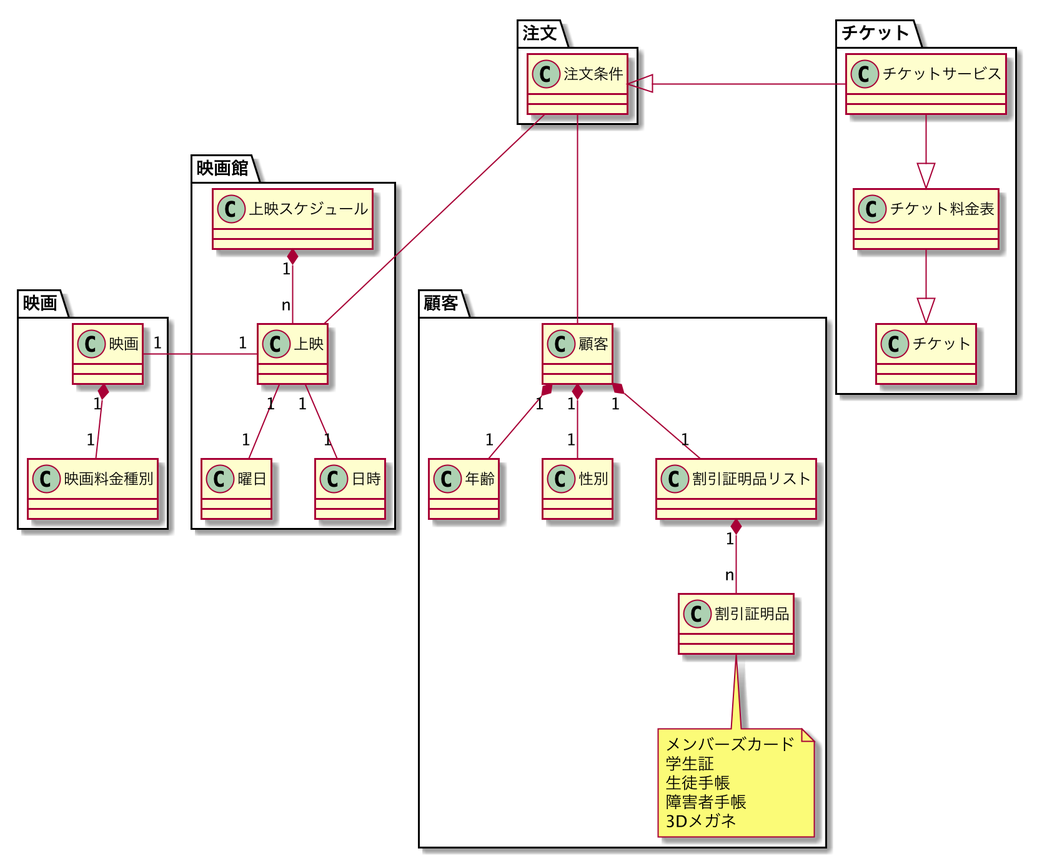
hiroaki-suzuki/ticket-price-modeling-challenge keeps this PlantUML diagram as doc/models.png. Above is the earlier version. The source it was exported from:
```plantuml
@startuml

package 顧客 {

    class 顧客

    class 年齢

    class 性別

    class 割引証明品リスト

    class 割引証明品

    顧客 "1" *-- "1" 年齢
    顧客 "1" *-- "1" 性別
    顧客 "1" *-- "1" 割引証明品リスト
    割引証明品リスト "1" *-- "n" 割引証明品

    note bottom of 割引証明品
        メンバーズカード
        学生証
        生徒手帳
        障害者手帳
        3Dメガネ
    end note
}

package 映画 {

    class 映画

    class 映画料金種別

    映画 "1" *-- "1" 映画料金種別
}

package 映画館 {

    class 上映スケジュール

    class 上映

    class 曜日

    class 日時

    上映スケジュール "1" *-- "n" 上映
    上映 "1" -- "1" "曜日"
    上映 "1" -- "1" "日時"
    上映 "1" -left- "1" "映画"
}

package 注文 {

    class 注文条件

    注文条件 --- 顧客
    注文条件 --- 上映
}

package チケット {
    class チケットサービス

    class チケット料金表

    class チケット

    チケットサービス -right-|> 注文条件
    チケットサービス --|> チケット料金表
    チケット料金表 --|> チケット
}

@enduml
```
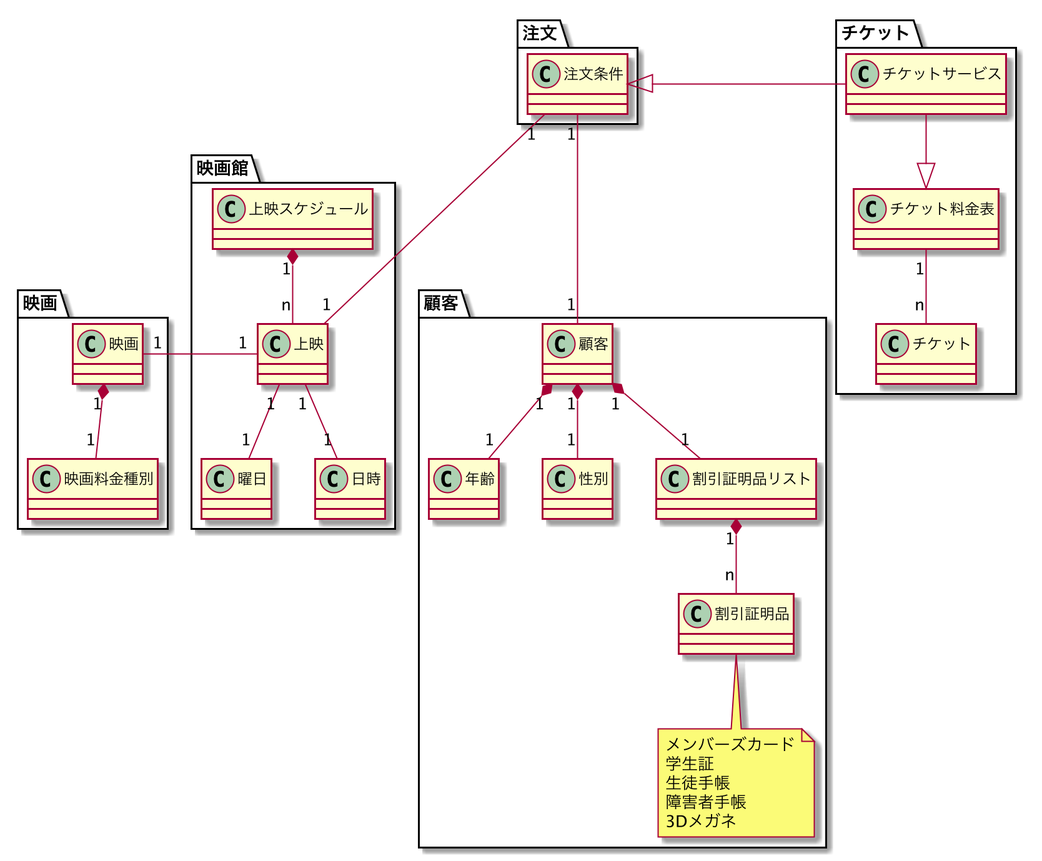
After the change.

Commit message:
Update class diagram

Diff of the diagram source:
```diff
@@ -55,8 +55,8 @@
 
     class 注文条件
 
-    注文条件 --- 顧客
-    注文条件 --- 上映
+    注文条件 "1" --- "1" 顧客
+    注文条件 "1" --- "1" 上映
 }
 
 package チケット {
@@ -68,7 +68,7 @@
 
     チケットサービス -right-|> 注文条件
     チケットサービス --|> チケット料金表
-    チケット料金表 --|> チケット
+    チケット料金表 "1" -- "n" チケット
 }
 
 @enduml
```
